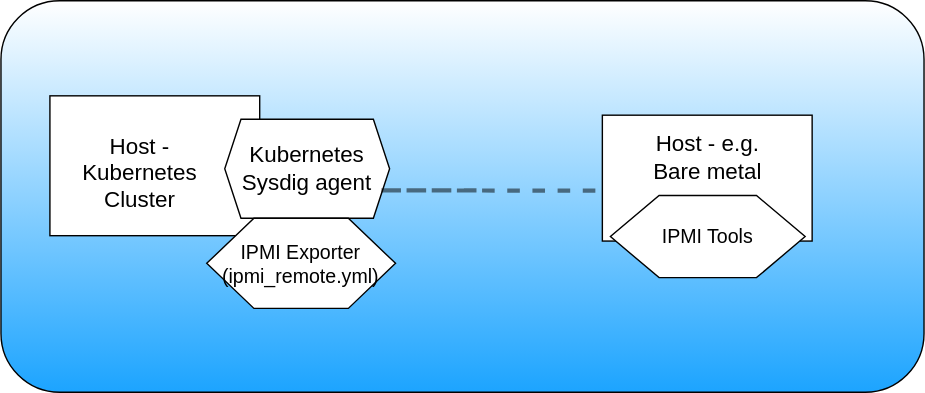
ibm-cloud-docs/monitoring keeps this draw.io diagram as monitor/exporters/images/ipmi-kube1.svg. Above is the earlier version. Source tidied: cells renumbered, new cells last; positions are measured from the earlier drawing's top-left corner, leaving out a move shared by most shapes.
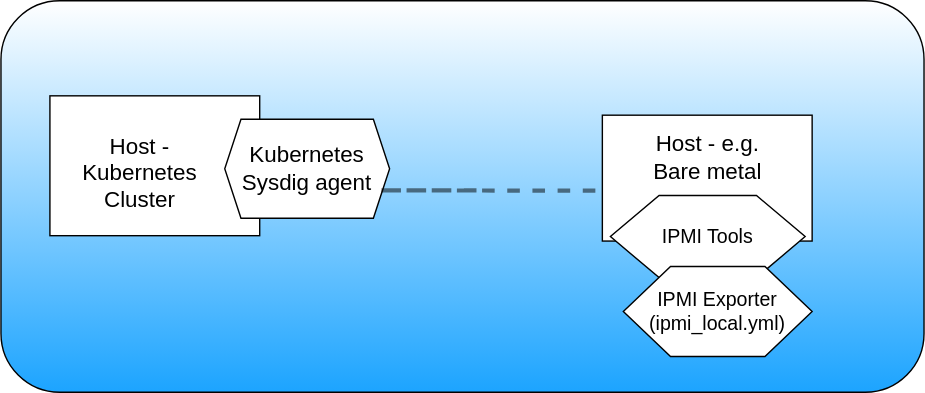
Later version of the same file.

What changed in the source:
```diff
@@ -33,8 +33,8 @@
         </Array>
       </mxGeometry>
     </mxCell>
-    <mxCell id="10" value="IPMI Exporter&lt;br&gt;(ipmi_remote.yml)" style="shape=hexagon;perimeter=hexagonPerimeter2;whiteSpace=wrap;html=1;fontSize=14;" parent="1" vertex="1">
-      <mxGeometry x="147.1" y="155.6" width="135" height="64.4" as="geometry" />
+    <mxCell id="10" value="IPMI Exporter&lt;br&gt;(ipmi_local.yml)" style="shape=hexagon;perimeter=hexagonPerimeter2;whiteSpace=wrap;html=1;fontSize=14;" parent="1" vertex="1">
+      <mxGeometry x="445" y="190" width="135" height="64.4" as="geometry" />
     </mxCell>
   </root>
 </mxGraphModel>
```
